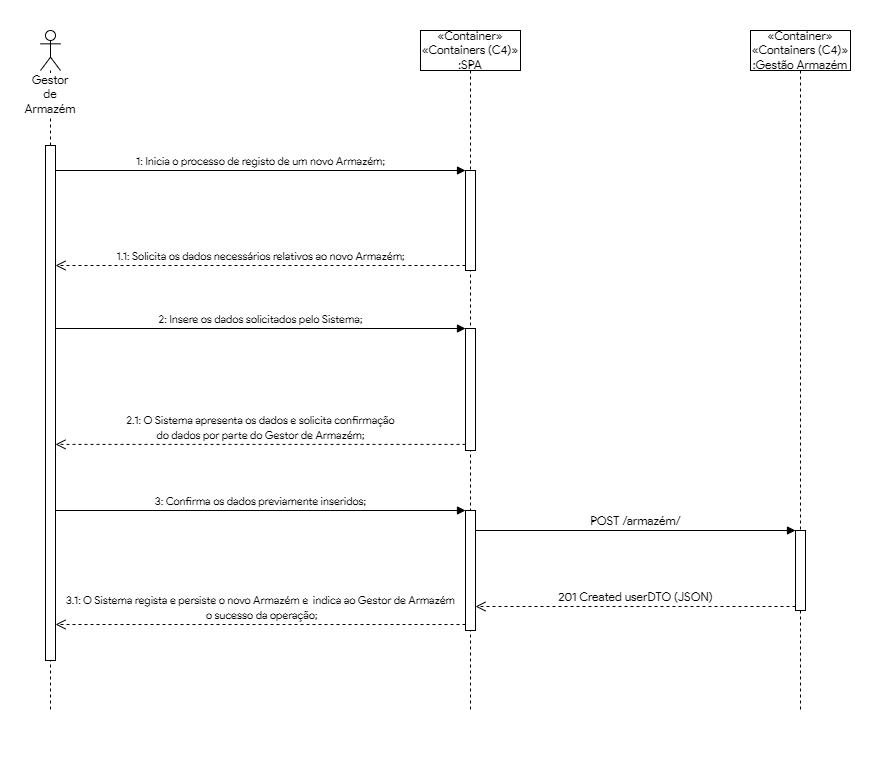
Above: Docs/SprintA/Nível #2/Nível #2-Vista Processo UC G.1.1.png in 1190624/S5_DA_02 (draw.io), before the change. Source tidied: cells renumbered, new cells last; positions are measured from the earlier drawing's top-left corner, leaving out a move shared by most shapes. Source of this version:
```xml
<mxGraphModel>
  <root>
    <mxCell id="0" />
    <mxCell id="1" parent="0" />
    <mxCell id="2" style="rounded=0;whiteSpace=wrap;html=1;fontFamily=Product Sans;fontSize=12;strokeColor=none;" parent="1" vertex="1">
      <mxGeometry width="880" height="760" as="geometry" />
    </mxCell>
    <mxCell id="3" value="Gestor de Armazém" style="shape=umlLifeline;participant=umlActor;perimeter=lifelinePerimeter;whiteSpace=wrap;html=1;verticalAlign=top;spacingTop=36;fontFamily=Product Sans;labelBackgroundColor=default;" parent="1" vertex="1">
      <mxGeometry x="40" y="30" width="20" height="680" as="geometry" />
    </mxCell>
    <mxCell id="4" style="html=1;perimeter=orthogonalPerimeter;fontFamily=Product Sans;fontSize=12;" parent="3" vertex="1">
      <mxGeometry x="5" y="115" width="10" height="515" as="geometry" />
    </mxCell>
    <mxCell id="5" value="&lt;font face=&quot;Product Sans&quot; style=&quot;font-size: 12px&quot;&gt;«Container»&lt;br&gt;«Containers (C4)»&lt;br&gt;:SPA&lt;/font&gt;" style="shape=umlLifeline;perimeter=lifelinePerimeter;whiteSpace=wrap;html=1;" parent="1" vertex="1">
      <mxGeometry x="420" y="30" width="100" height="680" as="geometry" />
    </mxCell>
    <mxCell id="6" style="html=1;points=[];perimeter=orthogonalPerimeter;fontFamily=Product Sans;fontSize=12;" parent="5" vertex="1">
      <mxGeometry x="45" y="140" width="10" height="100" as="geometry" />
    </mxCell>
    <mxCell id="7" style="html=1;points=[];perimeter=orthogonalPerimeter;fontFamily=Product Sans;fontSize=12;" parent="5" vertex="1">
      <mxGeometry x="45" y="298" width="10" height="122" as="geometry" />
    </mxCell>
    <mxCell id="8" style="html=1;perimeter=orthogonalPerimeter;fontFamily=Product Sans;fontSize=12;" parent="5" vertex="1">
      <mxGeometry x="45" y="480" width="10" height="120" as="geometry" />
    </mxCell>
    <mxCell id="9" value="&lt;span style=&quot;font-size: 11px&quot;&gt;1: Inicia o processo de registo&amp;nbsp;&lt;/span&gt;&lt;span style=&quot;font-size: 11px&quot;&gt;de um novo Armazém;&lt;/span&gt;" style="html=1;verticalAlign=bottom;endArrow=block;entryX=0;entryY=0;rounded=0;fontFamily=Product Sans;fontSize=12;" parent="1" edge="1" target="6">
      <mxGeometry relative="1" as="geometry">
        <mxPoint x="55" y="170" as="sourcePoint" />
      </mxGeometry>
    </mxCell>
    <mxCell id="10" value="&lt;span style=&quot;font-size: 11px&quot;&gt;1.1: Solicita os dados necessários relativos&amp;nbsp;&lt;/span&gt;&lt;span style=&quot;font-size: 11px&quot;&gt;ao novo Armazém;&lt;/span&gt;" style="html=1;verticalAlign=bottom;endArrow=open;dashed=1;endSize=8;exitX=0;exitY=0.95;rounded=0;fontFamily=Product Sans;fontSize=12;" parent="1" edge="1" source="6">
      <mxGeometry relative="1" as="geometry">
        <mxPoint x="55" y="265" as="targetPoint" />
      </mxGeometry>
    </mxCell>
    <mxCell id="11" value="&lt;font face=&quot;Product Sans&quot; style=&quot;font-size: 12px&quot;&gt;«Container»&lt;br&gt;«Containers (C4)»&lt;br&gt;:Gestão Armazém&lt;/font&gt;" style="shape=umlLifeline;perimeter=lifelinePerimeter;whiteSpace=wrap;html=1;" parent="1" vertex="1">
      <mxGeometry x="750" y="30" width="100" height="680" as="geometry" />
    </mxCell>
    <mxCell id="12" style="html=1;points=[];perimeter=orthogonalPerimeter;fontFamily=Product Sans;fontSize=12;" parent="11" vertex="1">
      <mxGeometry x="45" y="500" width="10" height="80" as="geometry" />
    </mxCell>
    <mxCell id="13" value="&lt;span style=&quot;font-size: 11px&quot;&gt;2: Insere os dados solicitados pelo Sistema;&lt;/span&gt;" style="html=1;verticalAlign=bottom;endArrow=block;entryX=0;entryY=0;rounded=0;fontFamily=Product Sans;fontSize=12;" parent="1" edge="1" target="7">
      <mxGeometry relative="1" as="geometry">
        <mxPoint x="55" y="328" as="sourcePoint" />
      </mxGeometry>
    </mxCell>
    <mxCell id="14" value="&lt;span style=&quot;font-size: 11px&quot;&gt;2.1: O Sistema apresenta os dados e solicita confirmação&lt;/span&gt;&lt;br style=&quot;font-size: 11px&quot;&gt;&lt;span style=&quot;font-size: 11px&quot;&gt;do dados por parte do Gestor de Armazém;&lt;/span&gt;" style="html=1;verticalAlign=bottom;endArrow=open;dashed=1;endSize=8;exitX=0;exitY=0.95;rounded=0;fontFamily=Product Sans;fontSize=12;" parent="1" edge="1" source="7">
      <mxGeometry relative="1" as="geometry">
        <mxPoint x="55" y="443.9" as="targetPoint" />
      </mxGeometry>
    </mxCell>
    <mxCell id="15" value="POST /armazém/" style="html=1;verticalAlign=bottom;endArrow=block;entryX=0;entryY=0;rounded=0;fontFamily=Product Sans;fontSize=12;" parent="1" edge="1" target="12">
      <mxGeometry relative="1" as="geometry">
        <mxPoint x="475" y="530" as="sourcePoint" />
      </mxGeometry>
    </mxCell>
    <mxCell id="16" value="201 Created userDTO (JSON)" style="html=1;verticalAlign=bottom;endArrow=open;dashed=1;endSize=8;exitX=0;exitY=0.95;rounded=0;fontFamily=Product Sans;fontSize=12;" parent="1" edge="1" source="12">
      <mxGeometry relative="1" as="geometry">
        <mxPoint x="475" y="606" as="targetPoint" />
      </mxGeometry>
    </mxCell>
    <mxCell id="17" value="&lt;span style=&quot;font-size: 11px&quot;&gt;3: Confirma os dados previamente inseridos;&lt;/span&gt;" style="html=1;verticalAlign=bottom;endArrow=block;entryX=0;entryY=0;rounded=0;fontFamily=Product Sans;fontSize=12;" parent="1" edge="1">
      <mxGeometry relative="1" as="geometry">
        <mxPoint x="55" y="510" as="sourcePoint" />
        <mxPoint x="465" y="510" as="targetPoint" />
      </mxGeometry>
    </mxCell>
    <mxCell id="18" value="&lt;span style=&quot;font-size: 11px&quot;&gt;3.1:&amp;nbsp;O Sistema regista e persiste o novo Armazém e&amp;nbsp;&amp;nbsp;&lt;/span&gt;&lt;span style=&quot;font-size: 11px&quot;&gt;indica ao Gestor de Armazém&lt;br&gt;&amp;nbsp;o sucesso da&amp;nbsp;&lt;/span&gt;&lt;span style=&quot;font-size: 11px&quot;&gt;operação;&lt;/span&gt;" style="html=1;verticalAlign=bottom;endArrow=open;dashed=1;endSize=8;exitX=0;exitY=0.95;rounded=0;fontFamily=Product Sans;fontSize=12;" parent="1" edge="1">
      <mxGeometry relative="1" as="geometry">
        <mxPoint x="465" y="624" as="sourcePoint" />
        <mxPoint x="55" y="624" as="targetPoint" />
      </mxGeometry>
    </mxCell>
  </root>
</mxGraphModel>
```
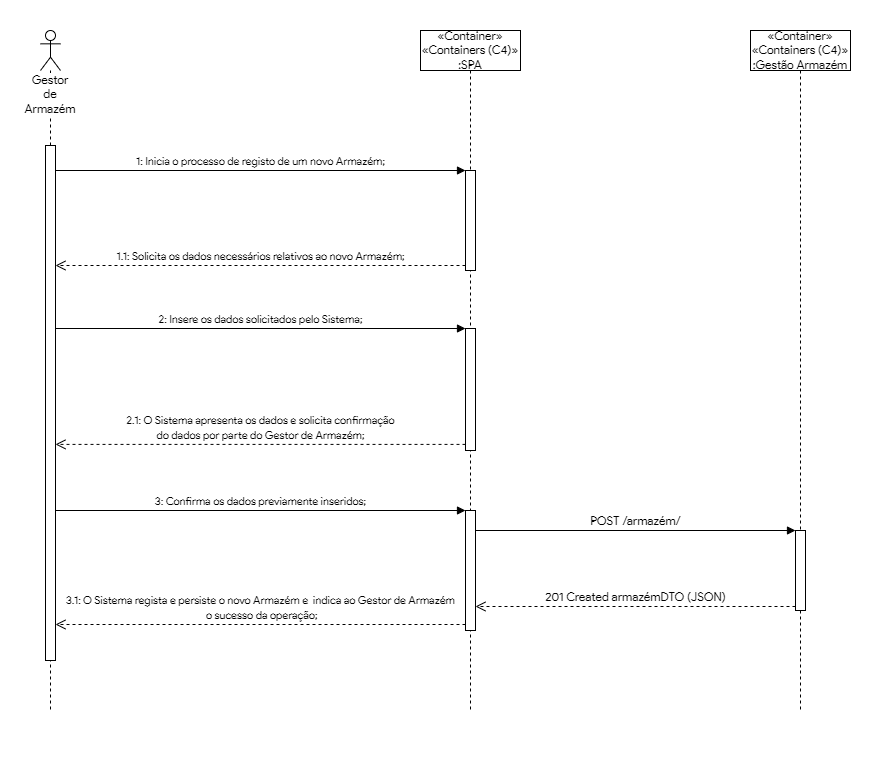
The same file after the commit.

Commit message:
Modificação da Vista Processo UC G.1.1

LEI-11 #comment Modificação da Vista Processo da UC G1.1. Correção da resposta obtida pelo Módulo Gestão Armazém.

Change to the diagram source:
```diff
@@ -11,7 +11,7 @@
     <mxCell id="4" style="html=1;perimeter=orthogonalPerimeter;fontFamily=Product Sans;fontSize=12;" parent="3" vertex="1">
       <mxGeometry x="5" y="115" width="10" height="515" as="geometry" />
     </mxCell>
-    <mxCell id="5" value="&lt;font face=&quot;Product Sans&quot; style=&quot;font-size: 12px&quot;&gt;«Container»&lt;br&gt;«Containers (C4)»&lt;br&gt;:SPA&lt;/font&gt;" style="shape=umlLifeline;perimeter=lifelinePerimeter;whiteSpace=wrap;html=1;" parent="1" vertex="1">
+    <mxCell id="5" value="&lt;font style=&quot;font-size: 12px&quot;&gt;«Container»&lt;br&gt;«Containers (C4)»&lt;br&gt;:SPA&lt;/font&gt;" style="shape=umlLifeline;perimeter=lifelinePerimeter;whiteSpace=wrap;html=1;fontFamily=Product Sans;" parent="1" vertex="1">
       <mxGeometry x="420" y="30" width="100" height="680" as="geometry" />
     </mxCell>
     <mxCell id="6" style="html=1;points=[];perimeter=orthogonalPerimeter;fontFamily=Product Sans;fontSize=12;" parent="5" vertex="1">
@@ -54,7 +54,7 @@
         <mxPoint x="475" y="530" as="sourcePoint" />
       </mxGeometry>
     </mxCell>
-    <mxCell id="16" value="201 Created userDTO (JSON)" style="html=1;verticalAlign=bottom;endArrow=open;dashed=1;endSize=8;exitX=0;exitY=0.95;rounded=0;fontFamily=Product Sans;fontSize=12;" parent="1" edge="1" source="12">
+    <mxCell id="16" value="201 Created armazémDTO (JSON)" style="html=1;verticalAlign=bottom;endArrow=open;dashed=1;endSize=8;exitX=0;exitY=0.95;rounded=0;fontFamily=Product Sans;fontSize=12;" parent="1" edge="1" source="12">
       <mxGeometry relative="1" as="geometry">
         <mxPoint x="475" y="606" as="targetPoint" />
       </mxGeometry>
```
